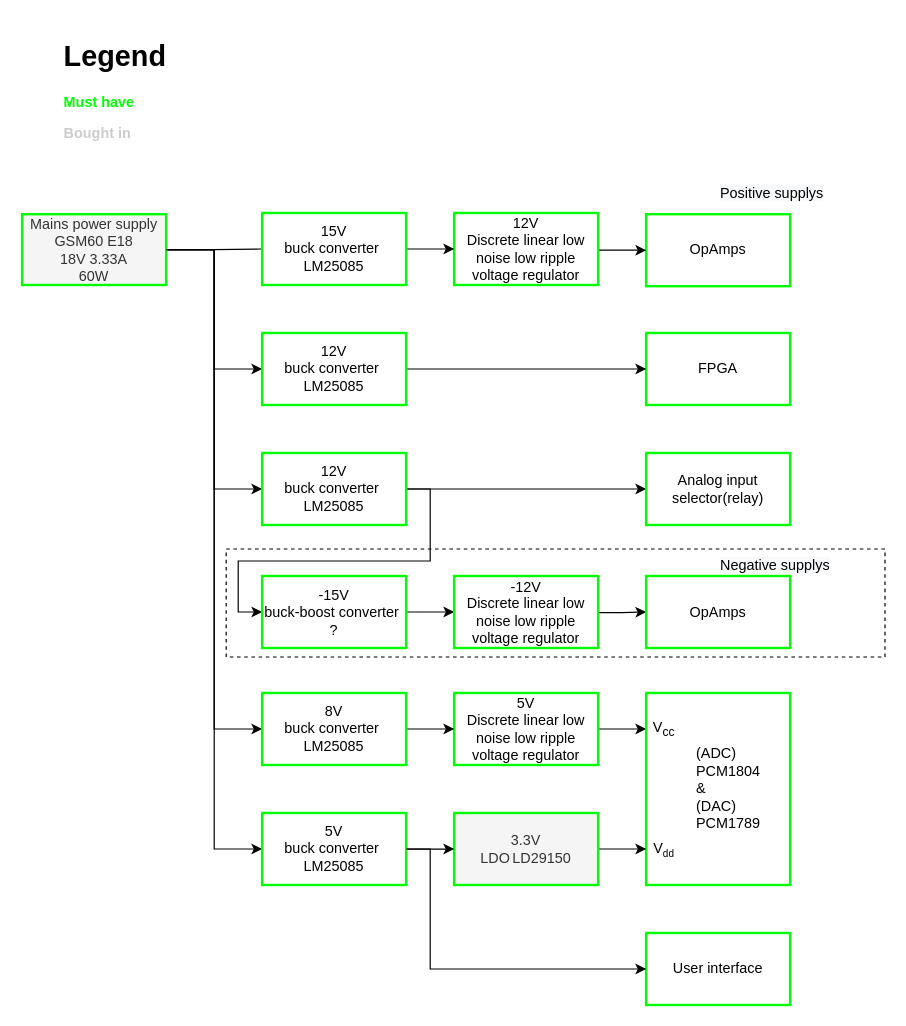
Above: Block diagrams/System design/Power supply.drawio in HeinVerhallen/Audio-DSP (draw.io), before the change. Source tidied: cells renumbered, new cells numbered last; positions are measured from the earlier drawing's top-left corner, leaving out a move shared by most shapes. Both pictures are drawn from the tidied source at 120%, with x=0, y=0 at pixel (22, 32).
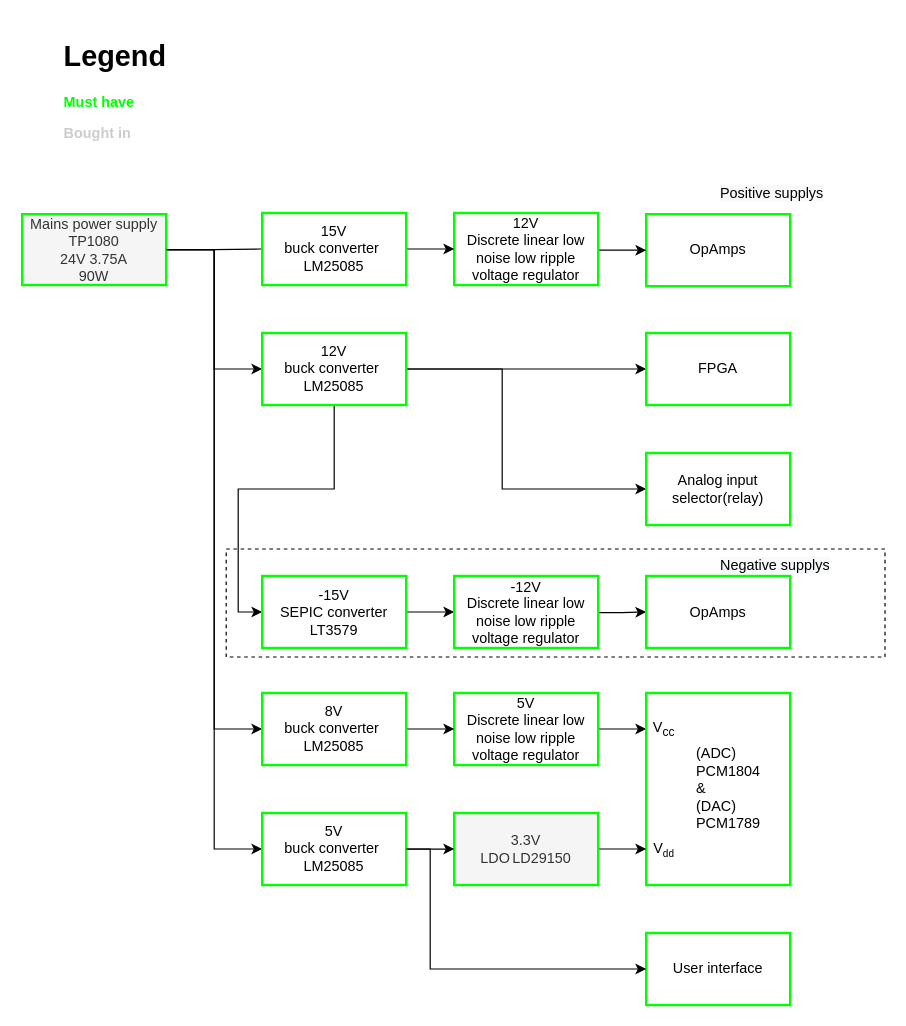
After the change.

Unchanged cells that the change refers to:
```xml
<mxCell id="14" value="FPGA" style="rounded=0;whiteSpace=wrap;html=1;strokeColor=#00FF00;strokeWidth=2;" parent="1" vertex="1">
  <mxGeometry x="520" y="250" width="120" height="60" as="geometry" />
</mxCell>
<mxCell id="16" value="Analog input selector(relay)" style="rounded=0;whiteSpace=wrap;html=1;strokeColor=#00FF00;strokeWidth=2;" parent="1" vertex="1">
  <mxGeometry x="520" y="350" width="120" height="60" as="geometry" />
</mxCell>
```

What changed in the source:
```diff
@@
     <mxCell id="3" style="edgeStyle=orthogonalEdgeStyle;rounded=0;jettySize=auto;html=1;entryX=0;entryY=0.5;entryDx=0;entryDy=0;strokeColor=#050001;fontColor=default;" parent="1" edge="1" source="7" target="13">
       <mxGeometry relative="1" as="geometry">
         <Array as="points">
           <mxPoint x="160" y="181" />
-          <mxPoint x="160" y="380" />
+          <mxPoint x="160" y="280" />
         </Array>
       </mxGeometry>
     </mxCell>
@@
-    <mxCell id="6" style="edgeStyle=orthogonalEdgeStyle;rounded=0;jettySize=auto;html=1;entryX=0;entryY=0.5;entryDx=0;entryDy=0;" parent="1" edge="1" source="7" target="42">
-      <mxGeometry relative="1" as="geometry" />
-    </mxCell>
-    <mxCell id="7" value="Mains power supply&lt;br&gt;GSM60 E18&lt;br&gt;18V 3.33A&lt;br&gt;60W" style="rounded=0;whiteSpace=wrap;html=1;strokeColor=#00FF00;strokeWidth=2;fillColor=#f5f5f5;fontColor=#333333;" parent="1" vertex="1">
+    <mxCell id="7" value="Mains power supply&lt;br&gt;TP1080&lt;br&gt;24V 3.75A&lt;br&gt;90W" style="rounded=0;whiteSpace=wrap;html=1;strokeColor=#00FF00;strokeWidth=2;fillColor=#f5f5f5;fontColor=#333333;" parent="1" vertex="1">
       <mxGeometry y="151" width="120" height="59" as="geometry" />
     </mxCell>
@@
     <mxCell id="11" style="edgeStyle=orthogonalEdgeStyle;rounded=0;jettySize=auto;html=1;strokeColor=#000000;strokeWidth=1;fontColor=#000000;" parent="1" edge="1" source="13" target="16">
       <mxGeometry relative="1" as="geometry">
         <Array as="points">
-          <mxPoint x="350" y="380" />
-          <mxPoint x="350" y="380" />
+          <mxPoint x="400" y="280" />
+          <mxPoint x="400" y="380" />
         </Array>
       </mxGeometry>
     </mxCell>
     <mxCell id="12" style="edgeStyle=orthogonalEdgeStyle;rounded=0;jettySize=auto;html=1;entryX=0;entryY=0.5;entryDx=0;entryDy=0;" parent="1" edge="1" source="13" target="37">
       <mxGeometry relative="1" as="geometry">
         <Array as="points">
-          <mxPoint x="340" y="380" />
-          <mxPoint x="340" y="440" />
-          <mxPoint x="180" y="440" />
+          <mxPoint x="260" y="380" />
+          <mxPoint x="180" y="380" />
           <mxPoint x="180" y="483" />
         </Array>
       </mxGeometry>
     </mxCell>
+    <mxCell id="43" style="edgeStyle=orthogonalEdgeStyle;rounded=0;jettySize=auto;html=1;entryX=0;entryY=0.5;entryDx=0;entryDy=0;" parent="1" edge="1" source="13" target="14">
+      <mxGeometry relative="1" as="geometry" />
+    </mxCell>
     <mxCell id="13" value="12V &lt;br&gt;buck converter&amp;nbsp; LM25085" style="rounded=0;whiteSpace=wrap;html=1;strokeColor=#00FF00;strokeWidth=2;" parent="1" vertex="1">
-      <mxGeometry x="200" y="350" width="120" height="60" as="geometry" />
+      <mxGeometry x="200" y="250" width="120" height="60" as="geometry" />
     </mxCell>
@@
-    <mxCell id="37" value="-15V &lt;br&gt;buck-boost converter&amp;nbsp; ?" style="rounded=0;whiteSpace=wrap;html=1;strokeColor=#00FF00;strokeWidth=2;" parent="1" vertex="1">
+    <mxCell id="37" value="-15V &lt;br&gt;SEPIC converter&lt;br&gt;LT3579" style="rounded=0;whiteSpace=wrap;html=1;strokeColor=#00FF00;strokeWidth=2;" parent="1" vertex="1">
       <mxGeometry x="200" y="452.5" width="120" height="60" as="geometry" />
     </mxCell>
@@
-    <mxCell id="41" style="edgeStyle=orthogonalEdgeStyle;rounded=0;jettySize=auto;html=1;entryX=0;entryY=0.5;entryDx=0;entryDy=0;" parent="1" edge="1" source="42" target="14">
-      <mxGeometry relative="1" as="geometry" />
-    </mxCell>
-    <mxCell id="42" value="12V &lt;br&gt;buck converter&amp;nbsp; LM25085" style="rounded=0;whiteSpace=wrap;html=1;strokeColor=#00FF00;strokeWidth=2;" parent="1" vertex="1">
-      <mxGeometry x="200" y="250" width="120" height="60" as="geometry" />
-    </mxCell>
```
